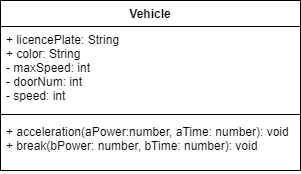
The draw.io diagram Drawio/ClassDiagram.png in JacksonNaufal/ics4u-unit2-05-typescript, before a commit. Source tidied: cells renumbered, new cells last; positions are measured from the earlier drawing's top-left corner, leaving out a move shared by most shapes.
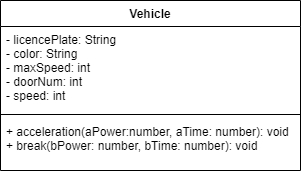
The same diagram one commit later.

The edit, as a diff of the source:
```diff
@@ -5,7 +5,7 @@
     <mxCell id="2" value="Vehicle" style="swimlane;fontStyle=1;align=center;verticalAlign=top;horizontal=1;startSize=26;" parent="1" vertex="1">
       <mxGeometry width="300" height="170" as="geometry" />
     </mxCell>
-    <mxCell id="3" value="+ licencePlate: String&#10;+ color: String&#10;- maxSpeed: int&#10;- doorNum: int&#10;- speed: int" style="text;strokeColor=none;fillColor=none;align=left;verticalAlign=top;spacingLeft=4;spacingRight=4;overflow=hidden;" parent="2" vertex="1">
+    <mxCell id="3" value="- licencePlate: String&#10;- color: String&#10;- maxSpeed: int&#10;- doorNum: int&#10;- speed: int" style="text;strokeColor=none;fillColor=none;align=left;verticalAlign=top;spacingLeft=4;spacingRight=4;overflow=hidden;" parent="2" vertex="1">
       <mxGeometry y="26" width="300" height="84" as="geometry" />
     </mxCell>
     <mxCell id="4" style="line;strokeWidth=1;fillColor=none;align=left;verticalAlign=middle;spacingTop=-1;spacingLeft=3;spacingRight=3;labelPosition=right;" parent="2" vertex="1">
```
